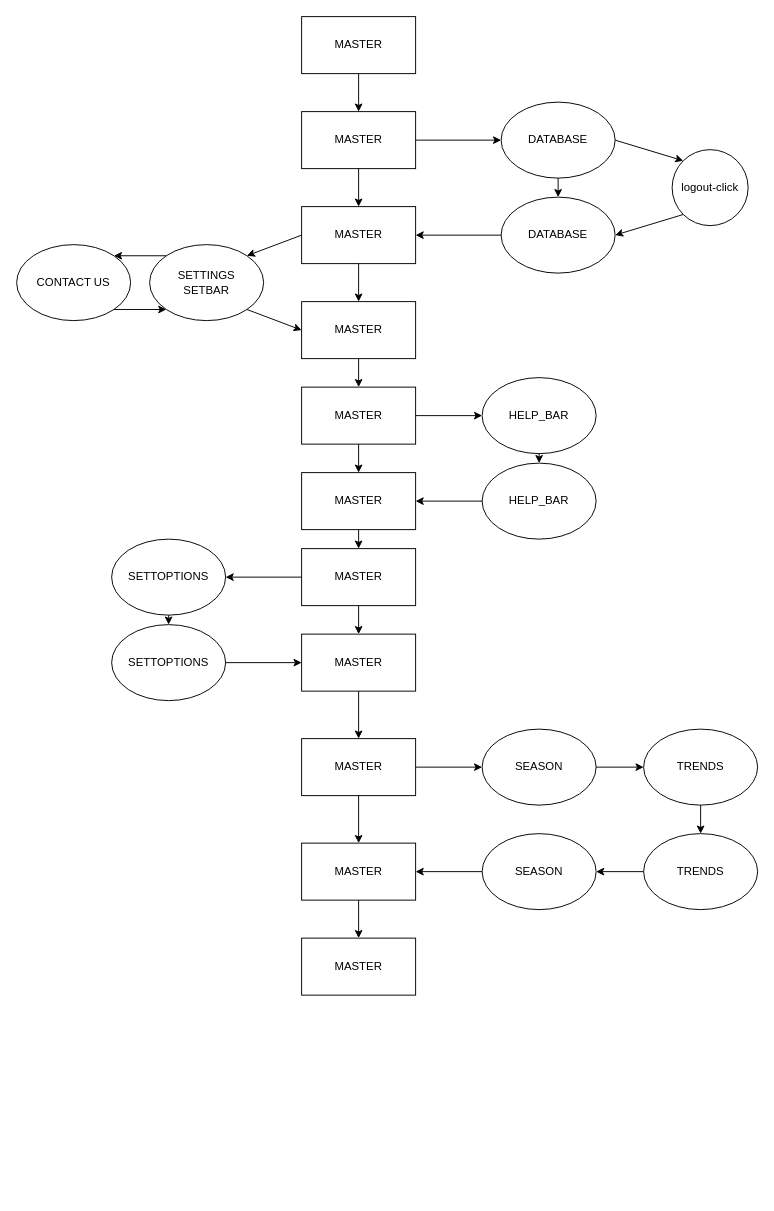
Before: INFORMATION/branches.drawio in Man1exter/MAIG-WAREHOUSE, a draw.io diagram. Source tidied: cells renumbered, new cells numbered last; positions are measured from the earlier drawing's top-left corner, leaving out a move shared by most shapes. Both pictures are drawn from the tidied source at 95%, with x=0, y=0 at pixel (16, 16).
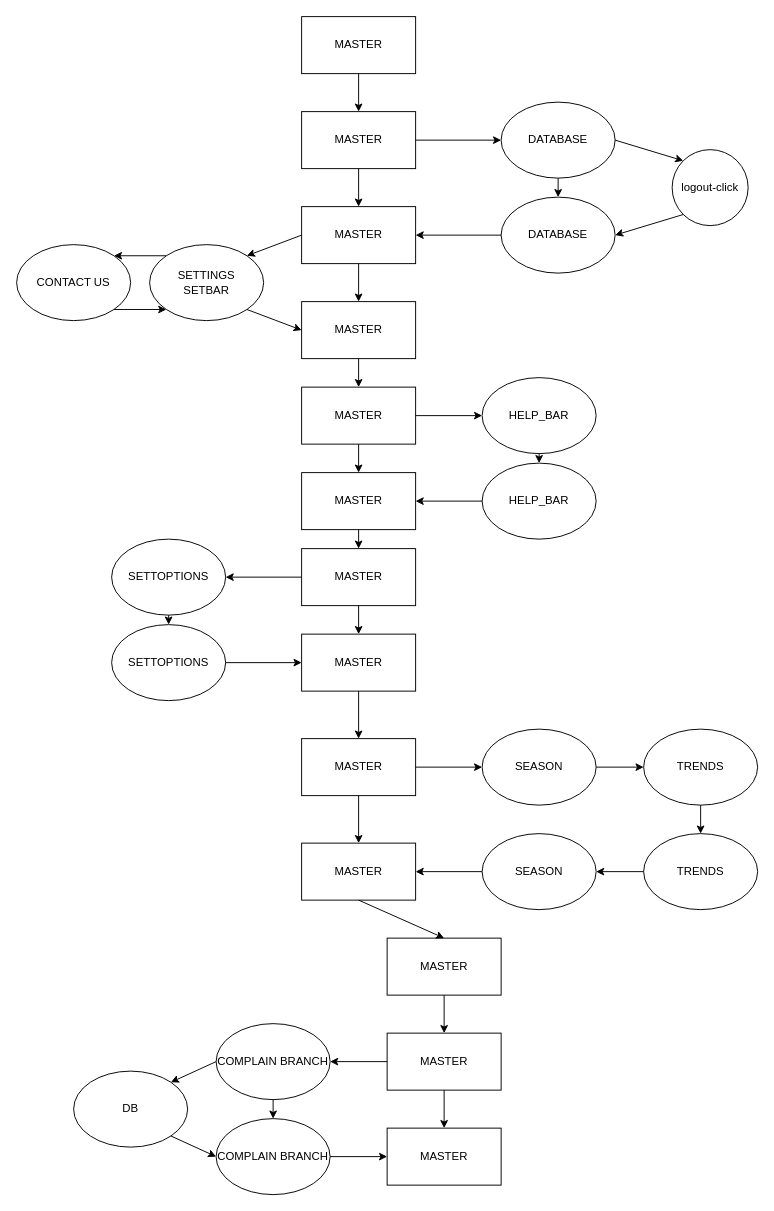
The same page after the edit.

Commit message (it also covers changes not shown here):
bas. structure of complain

The edit, as a diff of the source:
```diff
@@
     <mxCell id="48" value="MASTER" style="rounded=0;whiteSpace=wrap;html=1;" parent="1" vertex="1">
-      <mxGeometry x="300" y="970" width="120" height="60" as="geometry" />
+      <mxGeometry x="390" y="970" width="120" height="60" as="geometry" />
     </mxCell>
@@
+    <mxCell id="56" value="MASTER" style="rounded=0;whiteSpace=wrap;html=1;" parent="1" vertex="1">
+      <mxGeometry x="390" y="1070" width="120" height="60" as="geometry" />
+    </mxCell>
+    <mxCell id="57" value="MASTER" style="rounded=0;whiteSpace=wrap;html=1;" parent="1" vertex="1">
+      <mxGeometry x="390" y="1170" width="120" height="60" as="geometry" />
+    </mxCell>
+    <mxCell id="58" style="endArrow=classic;html=1;exitX=0.5;exitY=1;exitDx=0;exitDy=0;entryX=0.5;entryY=0;entryDx=0;entryDy=0;" parent="1" edge="1" source="48" target="56">
+      <mxGeometry relative="1" as="geometry" />
+    </mxCell>
+    <mxCell id="59" style="endArrow=classic;html=1;exitX=0.5;exitY=1;exitDx=0;exitDy=0;entryX=0.5;entryY=0;entryDx=0;entryDy=0;" parent="1" edge="1" source="56" target="57">
+      <mxGeometry relative="1" as="geometry" />
+    </mxCell>
+    <mxCell id="60" value="COMPLAIN BRANCH" style="ellipse;whiteSpace=wrap;html=1;" parent="1" vertex="1">
+      <mxGeometry x="210" y="1060" width="120" height="80" as="geometry" />
+    </mxCell>
+    <mxCell id="61" value="COMPLAIN BRANCH" style="ellipse;whiteSpace=wrap;html=1;" parent="1" vertex="1">
+      <mxGeometry x="210" y="1160" width="120" height="80" as="geometry" />
+    </mxCell>
+    <mxCell id="62" style="endArrow=classic;html=1;exitX=0;exitY=0.5;exitDx=0;exitDy=0;entryX=1;entryY=0.5;entryDx=0;entryDy=0;" parent="1" edge="1" source="56" target="60">
+      <mxGeometry relative="1" as="geometry" />
+    </mxCell>
+    <mxCell id="63" style="endArrow=classic;html=1;exitX=0.5;exitY=1;exitDx=0;exitDy=0;entryX=0.5;entryY=0;entryDx=0;entryDy=0;" parent="1" edge="1" source="60" target="61">
+      <mxGeometry relative="1" as="geometry" />
+    </mxCell>
+    <mxCell id="64" style="endArrow=classic;html=1;exitX=1;exitY=0.5;exitDx=0;exitDy=0;entryX=0;entryY=0.5;entryDx=0;entryDy=0;" parent="1" edge="1" source="61" target="57">
+      <mxGeometry relative="1" as="geometry" />
+    </mxCell>
+    <mxCell id="65" value="DB" style="ellipse;whiteSpace=wrap;html=1;" parent="1" vertex="1">
+      <mxGeometry x="60" y="1110" width="120" height="80" as="geometry" />
+    </mxCell>
+    <mxCell id="66" style="endArrow=classic;html=1;exitX=0;exitY=0.5;exitDx=0;exitDy=0;entryX=1;entryY=0;entryDx=0;entryDy=0;" parent="1" edge="1" source="60" target="65">
+      <mxGeometry relative="1" as="geometry" />
+    </mxCell>
+    <mxCell id="67" style="endArrow=classic;html=1;exitX=1;exitY=1;exitDx=0;exitDy=0;entryX=0;entryY=0.5;entryDx=0;entryDy=0;" parent="1" edge="1" source="65" target="61">
+      <mxGeometry relative="1" as="geometry" />
+    </mxCell>
```
